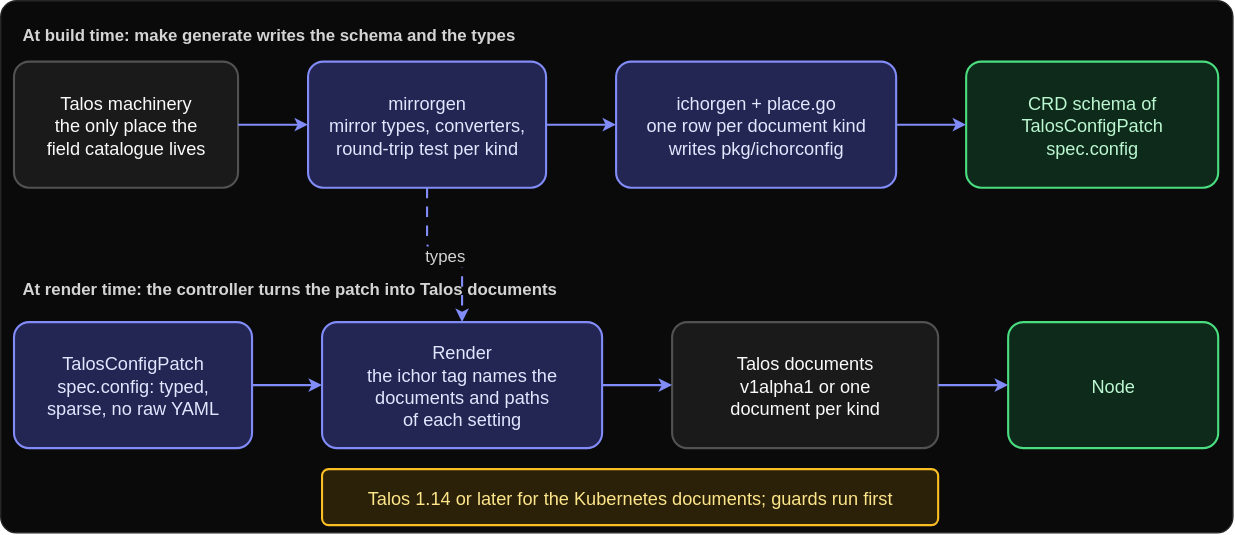
Above: docs/images/typed-configuration.dark.drawio.svg in maeshinshin/ichor (draw.io), before the change. Source tidied: cells renumbered, new cells last; positions are measured from the earlier drawing's top-left corner, leaving out a move shared by most shapes. The source it was exported from:
```xml
<mxGraphModel>
  <root>
    <mxCell id="0" style="html=0;" />
    <mxCell id="1" style="html=0;" parent="0" />
    <mxCell id="2" style="rounded=1;arcSize=3;fillColor=light-dark(#FFFFFF,#0A0A0A);strokeColor=light-dark(#E5E5E5,#262626);strokeWidth=1;html=0;" parent="1" vertex="1">
      <mxGeometry width="880" height="380" as="geometry" />
    </mxCell>
    <mxCell id="3" value="At build time: make generate writes the schema and the types" style="text;fontColor=light-dark(#404040,#D4D4D4);fontFamily=Helvetica;fontSize=12;fontStyle=1;align=left;verticalAlign=middle;html=0;" parent="1" vertex="1">
      <mxGeometry x="14" y="12" width="500" height="24" as="geometry" />
    </mxCell>
    <mxCell id="4" value="At render time: the controller turns the patch into Talos documents" style="text;fontColor=light-dark(#404040,#D4D4D4);fontFamily=Helvetica;fontSize=12;fontStyle=1;align=left;verticalAlign=middle;html=0;" parent="1" vertex="1">
      <mxGeometry x="14" y="194" width="500" height="24" as="geometry" />
    </mxCell>
    <mxCell id="5" value="Talos machinery&#10;the only place the&#10;field catalogue lives" style="rounded=1;arcSize=12;fillColor=light-dark(#FFFFFF,#1A1A1A);strokeColor=light-dark(#A3A3A3,#525252);strokeWidth=1.5;fontColor=light-dark(#171717,#FAFAFA);fontFamily=Helvetica;fontSize=13;align=center;verticalAlign=middle;html=0;" parent="1" vertex="1">
      <mxGeometry x="10" y="44" width="160" height="90" as="geometry" />
    </mxCell>
    <mxCell id="6" value="mirrorgen&#10;mirror types, converters,&#10;round-trip test per kind" style="rounded=1;arcSize=12;fillColor=light-dark(#EEF2FF,#232553);strokeColor=light-dark(#6366F1,#818CF8);strokeWidth=1.5;fontColor=light-dark(#1E1B4B,#E0E7FF);fontFamily=Helvetica;fontSize=13;align=center;verticalAlign=middle;html=0;" parent="1" vertex="1">
      <mxGeometry x="220" y="44" width="170" height="90" as="geometry" />
    </mxCell>
    <mxCell id="7" value="ichorgen + place.go&#10;one row per document kind&#10;writes pkg/ichorconfig" style="rounded=1;arcSize=12;fillColor=light-dark(#EEF2FF,#232553);strokeColor=light-dark(#6366F1,#818CF8);strokeWidth=1.5;fontColor=light-dark(#1E1B4B,#E0E7FF);fontFamily=Helvetica;fontSize=13;align=center;verticalAlign=middle;html=0;" parent="1" vertex="1">
      <mxGeometry x="440" y="44" width="200" height="90" as="geometry" />
    </mxCell>
    <mxCell id="8" value="CRD schema of&#10;TalosConfigPatch&#10;spec.config" style="rounded=1;arcSize=12;fillColor=light-dark(#F0FDF4,#0E2A1B);strokeColor=light-dark(#16A34A,#4ADE80);strokeWidth=1.5;fontColor=light-dark(#14532D,#BBF7D0);fontFamily=Helvetica;fontSize=13;align=center;verticalAlign=middle;html=0;" parent="1" vertex="1">
      <mxGeometry x="690" y="44" width="180" height="90" as="geometry" />
    </mxCell>
    <mxCell id="9" value="TalosConfigPatch&#10;spec.config: typed,&#10;sparse, no raw YAML" style="rounded=1;arcSize=12;fillColor=light-dark(#EEF2FF,#232553);strokeColor=light-dark(#6366F1,#818CF8);strokeWidth=1.5;fontColor=light-dark(#1E1B4B,#E0E7FF);fontFamily=Helvetica;fontSize=13;align=center;verticalAlign=middle;html=0;" parent="1" vertex="1">
      <mxGeometry x="10" y="230" width="170" height="90" as="geometry" />
    </mxCell>
    <mxCell id="10" value="Render&#10;the ichor tag names the&#10;documents and paths&#10;of each setting" style="rounded=1;arcSize=12;fillColor=light-dark(#EEF2FF,#232553);strokeColor=light-dark(#6366F1,#818CF8);strokeWidth=1.5;fontColor=light-dark(#1E1B4B,#E0E7FF);fontFamily=Helvetica;fontSize=13;align=center;verticalAlign=middle;html=0;" parent="1" vertex="1">
      <mxGeometry x="230" y="230" width="200" height="90" as="geometry" />
    </mxCell>
    <mxCell id="11" value="Talos documents&#10;v1alpha1 or one&#10;document per kind" style="rounded=1;arcSize=12;fillColor=light-dark(#FFFFFF,#1A1A1A);strokeColor=light-dark(#A3A3A3,#525252);strokeWidth=1.5;fontColor=light-dark(#171717,#FAFAFA);fontFamily=Helvetica;fontSize=13;align=center;verticalAlign=middle;html=0;" parent="1" vertex="1">
      <mxGeometry x="480" y="230" width="190" height="90" as="geometry" />
    </mxCell>
    <mxCell id="12" value="Node" style="rounded=1;arcSize=12;fillColor=light-dark(#F0FDF4,#0E2A1B);strokeColor=light-dark(#16A34A,#4ADE80);strokeWidth=1.5;fontColor=light-dark(#14532D,#BBF7D0);fontFamily=Helvetica;fontSize=13;align=center;verticalAlign=middle;html=0;" parent="1" vertex="1">
      <mxGeometry x="720" y="230" width="150" height="90" as="geometry" />
    </mxCell>
    <mxCell id="13" value="Talos 1.14 or later for the Kubernetes documents; guards run first" style="rounded=1;arcSize=12;fillColor=light-dark(#FFFBEB,#2B2008);strokeColor=light-dark(#D97706,#FBBF24);strokeWidth=1.5;fontColor=light-dark(#78350F,#FDE68A);fontFamily=Helvetica;fontSize=13;align=center;verticalAlign=middle;html=0;" parent="1" vertex="1">
      <mxGeometry x="230" y="335" width="440" height="40" as="geometry" />
    </mxCell>
    <mxCell id="14" style="edgeStyle=orthogonalEdgeStyle;rounded=1;jettySize=auto;strokeColor=light-dark(#6366F1,#818CF8);strokeWidth=1.5;endArrow=classic;endFill=1;endSize=5;startArrow=none;startFill=1;startSize=5;fontColor=light-dark(#404040,#D4D4D4);fontFamily=Helvetica;fontSize=12;labelBackgroundColor=light-dark(#FFFFFF,#0A0A0A);exitX=1;exitY=0.5;exitDx=0;exitDy=0;entryX=0;entryY=0.5;entryDx=0;entryDy=0;html=0;" parent="1" edge="1" source="5" target="6">
      <mxGeometry relative="1" as="geometry" />
    </mxCell>
    <mxCell id="15" style="edgeStyle=orthogonalEdgeStyle;rounded=1;jettySize=auto;strokeColor=light-dark(#6366F1,#818CF8);strokeWidth=1.5;endArrow=classic;endFill=1;endSize=5;startArrow=none;startFill=1;startSize=5;fontColor=light-dark(#404040,#D4D4D4);fontFamily=Helvetica;fontSize=12;labelBackgroundColor=light-dark(#FFFFFF,#0A0A0A);exitX=1;exitY=0.5;exitDx=0;exitDy=0;entryX=0;entryY=0.5;entryDx=0;entryDy=0;html=0;" parent="1" edge="1" source="6" target="7">
      <mxGeometry relative="1" as="geometry" />
    </mxCell>
    <mxCell id="16" style="edgeStyle=orthogonalEdgeStyle;rounded=1;jettySize=auto;strokeColor=light-dark(#6366F1,#818CF8);strokeWidth=1.5;endArrow=classic;endFill=1;endSize=5;startArrow=none;startFill=1;startSize=5;fontColor=light-dark(#404040,#D4D4D4);fontFamily=Helvetica;fontSize=12;labelBackgroundColor=light-dark(#FFFFFF,#0A0A0A);exitX=1;exitY=0.5;exitDx=0;exitDy=0;entryX=0;entryY=0.5;entryDx=0;entryDy=0;html=0;" parent="1" edge="1" source="7" target="8">
      <mxGeometry relative="1" as="geometry" />
    </mxCell>
    <mxCell id="17" style="edgeStyle=orthogonalEdgeStyle;rounded=1;jettySize=auto;strokeColor=light-dark(#6366F1,#818CF8);strokeWidth=1.5;endArrow=classic;endFill=1;endSize=5;startArrow=none;startFill=1;startSize=5;fontColor=light-dark(#404040,#D4D4D4);fontFamily=Helvetica;fontSize=12;labelBackgroundColor=light-dark(#FFFFFF,#0A0A0A);exitX=1;exitY=0.5;exitDx=0;exitDy=0;entryX=0;entryY=0.5;entryDx=0;entryDy=0;html=0;" parent="1" edge="1" source="9" target="10">
      <mxGeometry relative="1" as="geometry" />
    </mxCell>
    <mxCell id="18" style="edgeStyle=orthogonalEdgeStyle;rounded=1;jettySize=auto;strokeColor=light-dark(#6366F1,#818CF8);strokeWidth=1.5;endArrow=classic;endFill=1;endSize=5;startArrow=none;startFill=1;startSize=5;fontColor=light-dark(#404040,#D4D4D4);fontFamily=Helvetica;fontSize=12;labelBackgroundColor=light-dark(#FFFFFF,#0A0A0A);exitX=1;exitY=0.5;exitDx=0;exitDy=0;entryX=0;entryY=0.5;entryDx=0;entryDy=0;html=0;" parent="1" edge="1" source="10" target="11">
      <mxGeometry relative="1" as="geometry" />
    </mxCell>
    <mxCell id="19" style="edgeStyle=orthogonalEdgeStyle;rounded=1;jettySize=auto;strokeColor=light-dark(#6366F1,#818CF8);strokeWidth=1.5;endArrow=classic;endFill=1;endSize=5;startArrow=none;startFill=1;startSize=5;fontColor=light-dark(#404040,#D4D4D4);fontFamily=Helvetica;fontSize=12;labelBackgroundColor=light-dark(#FFFFFF,#0A0A0A);exitX=1;exitY=0.5;exitDx=0;exitDy=0;entryX=0;entryY=0.5;entryDx=0;entryDy=0;html=0;" parent="1" edge="1" source="11" target="12">
      <mxGeometry relative="1" as="geometry" />
    </mxCell>
    <mxCell id="20" value="types" style="edgeStyle=orthogonalEdgeStyle;rounded=1;jettySize=auto;strokeColor=light-dark(#6366F1,#818CF8);strokeWidth=1.5;endArrow=classic;endFill=1;endSize=5;startArrow=none;startFill=1;startSize=5;fontColor=light-dark(#404040,#D4D4D4);fontFamily=Helvetica;fontSize=12;labelBackgroundColor=light-dark(#FFFFFF,#0A0A0A);exitX=0.5;exitY=1;exitDx=0;exitDy=0;entryX=0.5;entryY=0;entryDx=0;entryDy=0;html=0;dashed=1;dashPattern=5 4;" parent="1" edge="1" source="6" target="10">
      <mxGeometry relative="1" as="geometry" />
    </mxCell>
  </root>
</mxGraphModel>
```
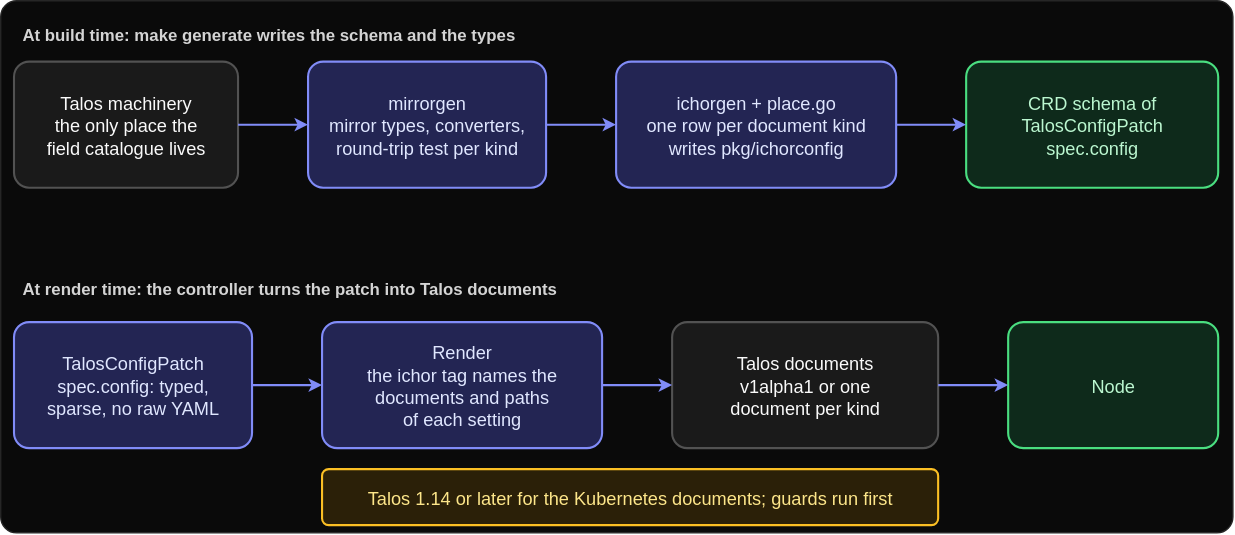
After the commit.

Commit message:
docs(architecture): cut typed-configuration, drop unverified counts, clear the diagram edge

The edit, as a diff of the source:
```diff
@@ -56,8 +56,5 @@
     <mxCell id="19" style="edgeStyle=orthogonalEdgeStyle;rounded=1;jettySize=auto;strokeColor=light-dark(#6366F1,#818CF8);strokeWidth=1.5;endArrow=classic;endFill=1;endSize=5;startArrow=none;startFill=1;startSize=5;fontColor=light-dark(#404040,#D4D4D4);fontFamily=Helvetica;fontSize=12;labelBackgroundColor=light-dark(#FFFFFF,#0A0A0A);exitX=1;exitY=0.5;exitDx=0;exitDy=0;entryX=0;entryY=0.5;entryDx=0;entryDy=0;html=0;" parent="1" edge="1" source="11" target="12">
       <mxGeometry relative="1" as="geometry" />
     </mxCell>
-    <mxCell id="20" value="types" style="edgeStyle=orthogonalEdgeStyle;rounded=1;jettySize=auto;strokeColor=light-dark(#6366F1,#818CF8);strokeWidth=1.5;endArrow=classic;endFill=1;endSize=5;startArrow=none;startFill=1;startSize=5;fontColor=light-dark(#404040,#D4D4D4);fontFamily=Helvetica;fontSize=12;labelBackgroundColor=light-dark(#FFFFFF,#0A0A0A);exitX=0.5;exitY=1;exitDx=0;exitDy=0;entryX=0.5;entryY=0;entryDx=0;entryDy=0;html=0;dashed=1;dashPattern=5 4;" parent="1" edge="1" source="6" target="10">
-      <mxGeometry relative="1" as="geometry" />
-    </mxCell>
   </root>
 </mxGraphModel>
```
